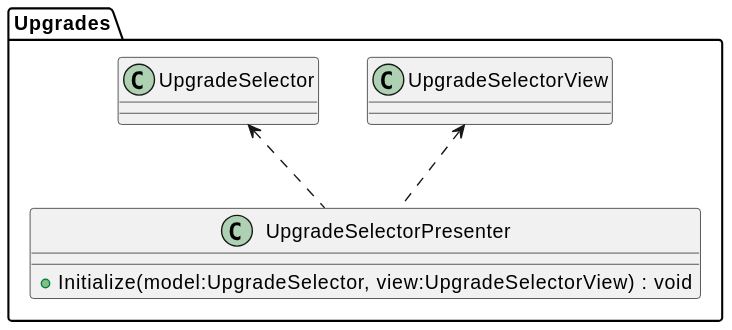
This is plantuml/out/Upgrade/UpgradeSelectorPresenter.svg from asterisk-cn/RougueShooter, a PlantUML export, as it was before one commit.
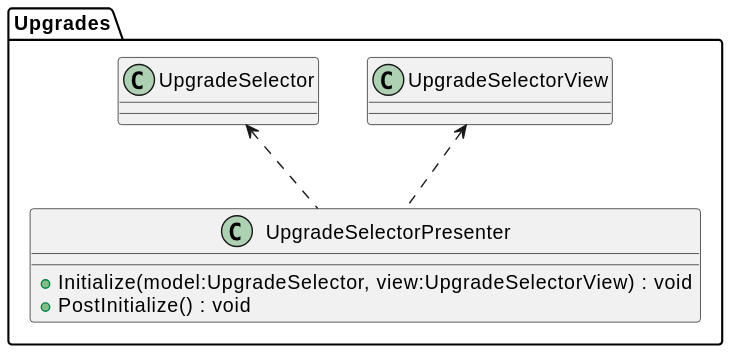
The same file after the commit.

Change to the diagram source:
```diff
@@ -2,6 +2,7 @@
 namespace Upgrades{
 class UpgradeSelectorPresenter {
     + Initialize(model:UpgradeSelector, view:UpgradeSelectorView) : void
+    + PostInitialize() : void
 }
 }
 Upgrades.UpgradeSelector <.. UpgradeSelectorPresenter
```
